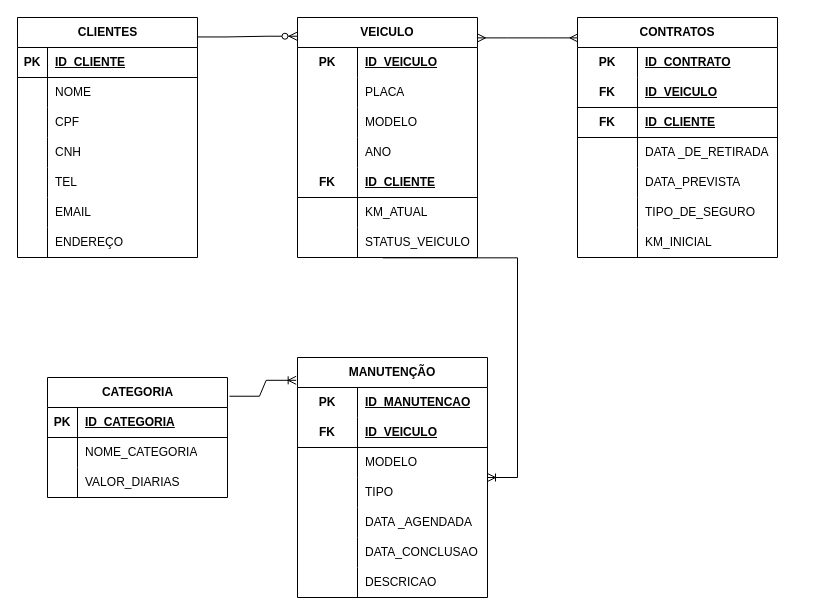
The draw.io diagram ATIVIDADE AVALIATIVA DAVI 27-03.drawio in luizferia345/pwi-luiz.feria2026, before the edit. Source tidied: cells renumbered, new cells numbered last; positions are measured from the earlier drawing's top-left corner, leaving out a move shared by most shapes. Both pictures are drawn from the tidied source at 100%, with x=0, y=0 at pixel (17, 17).
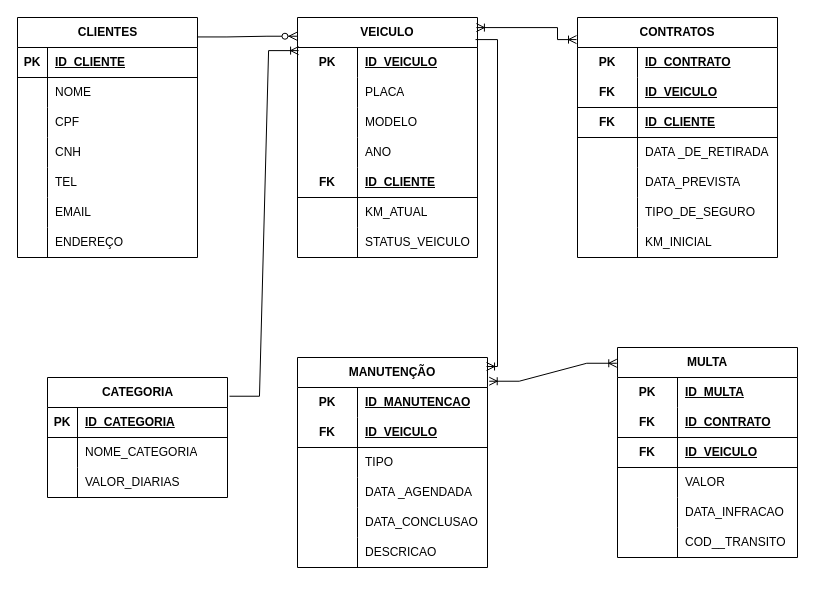
After the change.

Unchanged cells that the change refers to:
```xml
<mxCell id="24" value="VEICULO" style="shape=table;startSize=30;childLayout=tableLayout;rowLines=0;fontStyle=1;align=center;html=1;whiteSpace=wrap;" parent="1" vertex="1">
  <mxGeometry x="280" width="180" height="240" as="geometry" />
</mxCell>
<mxCell id="43" style="shape=tableRow;horizontal=0;startSize=0;swimlaneHead=0;swimlaneBody=0;fillColor=none;points=[[0,0.5],[1,0.5]];portConstraint=eastwest;top=0;left=0;right=0;bottom=0;html=1;" parent="24" vertex="1">
  <mxGeometry y="210" width="180" height="30" as="geometry" />
</mxCell>
<mxCell id="47" value="CONTRATOS" style="shape=table;startSize=30;childLayout=tableLayout;rowLines=0;fontStyle=1;align=center;html=1;whiteSpace=wrap;" parent="1" vertex="1">
  <mxGeometry x="560" width="200" height="240" as="geometry" />
</mxCell>
<mxCell id="93" value="CATEGORIA" style="shape=table;startSize=30;childLayout=tableLayout;rowLines=0;fontStyle=1;align=center;html=1;" parent="1" vertex="1">
  <mxGeometry x="30" y="360" width="180" height="120" as="geometry" />
</mxCell>
```

Change to the diagram source:
```diff
@@
-    <mxCell id="69" style="edgeStyle=entityRelationEdgeStyle;fontSize=12;html=1;endArrow=ERmany;startArrow=ERmany;rounded=0;entryX=0.002;entryY=0.085;entryDx=0;entryDy=0;entryPerimeter=0;exitX=1;exitY=0.085;exitDx=0;exitDy=0;exitPerimeter=0;" parent="1" edge="1" source="24" target="47">
-      <mxGeometry relative="1" as="geometry" />
-    </mxCell>
     <mxCell id="70" value="MANUTENÇÃO" style="shape=table;startSize=30;childLayout=tableLayout;rowLines=0;fontStyle=1;align=center;html=1;whiteSpace=wrap;" parent="1" vertex="1">
-      <mxGeometry x="280" y="340" width="190" height="240" as="geometry" />
+      <mxGeometry x="280" y="340" width="190" height="210" as="geometry" />
     </mxCell>
@@
-    <mxCell id="77" style="shape=tableRow;horizontal=0;startSize=0;swimlaneHead=0;swimlaneBody=0;fillColor=none;top=0;left=0;right=0;bottom=0;html=1;" parent="70" vertex="1">
-      <mxGeometry y="90" width="190" height="30" as="geometry" />
-    </mxCell>
-    <mxCell id="78" style="shape=partialRectangle;fillColor=none;top=0;left=0;bottom=0;right=0;overflow=hidden;html=1;whiteSpace=wrap;" parent="77" vertex="1">
-      <mxGeometry width="60" height="30" as="geometry" />
-    </mxCell>
-    <mxCell id="79" value="MODELO" style="shape=partialRectangle;fillColor=none;top=0;left=0;bottom=0;right=0;align=left;spacingLeft=6;overflow=hidden;html=1;whiteSpace=wrap;" parent="77" vertex="1">
-      <mxGeometry x="60" width="130" height="30" as="geometry" />
-    </mxCell>
     <mxCell id="80" style="shape=tableRow;horizontal=0;startSize=0;swimlaneHead=0;swimlaneBody=0;fillColor=none;top=0;left=0;right=0;bottom=0;html=1;" parent="70" vertex="1">
-      <mxGeometry y="120" width="190" height="30" as="geometry" />
+      <mxGeometry y="90" width="190" height="30" as="geometry" />
     </mxCell>
@@
     <mxCell id="83" style="shape=tableRow;horizontal=0;startSize=0;swimlaneHead=0;swimlaneBody=0;fillColor=none;top=0;left=0;right=0;bottom=0;html=1;" parent="70" vertex="1">
-      <mxGeometry y="150" width="190" height="30" as="geometry" />
+      <mxGeometry y="120" width="190" height="30" as="geometry" />
     </mxCell>
@@
     <mxCell id="86" style="shape=tableRow;horizontal=0;startSize=0;swimlaneHead=0;swimlaneBody=0;fillColor=none;top=0;left=0;right=0;bottom=0;html=1;" parent="70" vertex="1">
-      <mxGeometry y="180" width="190" height="30" as="geometry" />
+      <mxGeometry y="150" width="190" height="30" as="geometry" />
     </mxCell>
@@
     <mxCell id="89" style="shape=tableRow;horizontal=0;startSize=0;swimlaneHead=0;swimlaneBody=0;fillColor=none;top=0;left=0;right=0;bottom=0;html=1;" parent="70" vertex="1">
-      <mxGeometry y="210" width="190" height="30" as="geometry" />
+      <mxGeometry y="180" width="190" height="30" as="geometry" />
     </mxCell>
@@
-    <mxCell id="92" style="edgeStyle=entityRelationEdgeStyle;fontSize=12;html=1;endArrow=ERoneToMany;rounded=0;exitX=0.474;exitY=1.011;exitDx=0;exitDy=0;exitPerimeter=0;" parent="1" edge="1" source="43" target="70">
-      <mxGeometry relative="1" as="geometry" />
+    <mxCell id="92" style="edgeStyle=orthogonalEdgeStyle;fontSize=12;html=1;endArrow=ERoneToMany;rounded=0;exitX=0.989;exitY=0.092;exitDx=0;exitDy=0;exitPerimeter=0;entryX=0.995;entryY=0.043;entryDx=0;entryDy=0;entryPerimeter=0;" parent="1" edge="1" source="24" target="70">
+      <mxGeometry relative="1" as="geometry">
+        <Array as="points">
+          <mxPoint x="480" y="22" />
+          <mxPoint x="480" y="349" />
+        </Array>
+      </mxGeometry>
     </mxCell>
@@
-    <mxCell id="103" style="edgeStyle=entityRelationEdgeStyle;fontSize=12;html=1;endArrow=ERoneToMany;rounded=0;exitX=1.011;exitY=0.156;exitDx=0;exitDy=0;exitPerimeter=0;entryX=-0.007;entryY=0.095;entryDx=0;entryDy=0;entryPerimeter=0;" parent="1" edge="1" source="93" target="70">
+    <mxCell id="103" style="edgeStyle=entityRelationEdgeStyle;fontSize=12;html=1;endArrow=ERoneToMany;rounded=0;exitX=1.011;exitY=0.156;exitDx=0;exitDy=0;exitPerimeter=0;entryX=0.006;entryY=0.138;entryDx=0;entryDy=0;entryPerimeter=0;" parent="1" edge="1" source="93" target="24">
       <mxGeometry relative="1" as="geometry" />
     </mxCell>
+    <mxCell id="104" value="MULTA" style="shape=table;startSize=30;childLayout=tableLayout;rowLines=0;fontStyle=1;align=center;html=1;whiteSpace=wrap;" parent="1" vertex="1">
+      <mxGeometry x="600" y="330" width="180" height="210" as="geometry" />
+    </mxCell>
+    <mxCell id="105" style="shape=tableRow;horizontal=0;startSize=0;swimlaneHead=0;swimlaneBody=0;fillColor=none;top=0;left=0;right=0;bottom=0;html=1;" parent="104" vertex="1">
+      <mxGeometry y="30" width="180" height="30" as="geometry" />
+    </mxCell>
+    <mxCell id="106" value="PK" style="shape=partialRectangle;fillColor=none;top=0;left=0;bottom=0;right=0;fontStyle=1;overflow=hidden;html=1;whiteSpace=wrap;" parent="105" vertex="1">
+      <mxGeometry width="60" height="30" as="geometry" />
+    </mxCell>
+    <mxCell id="107" value="ID_MULTA" style="shape=partialRectangle;fillColor=none;top=0;left=0;bottom=0;right=0;align=left;spacingLeft=6;fontStyle=5;overflow=hidden;html=1;whiteSpace=wrap;" parent="105" vertex="1">
+      <mxGeometry x="60" width="120" height="30" as="geometry" />
+    </mxCell>
+    <mxCell id="108" style="shape=tableRow;horizontal=0;startSize=0;swimlaneHead=0;swimlaneBody=0;fillColor=none;top=0;left=0;right=0;bottom=1;html=1;" parent="104" vertex="1">
+      <mxGeometry y="60" width="180" height="30" as="geometry" />
+    </mxCell>
+    <mxCell id="109" value="FK" style="shape=partialRectangle;fillColor=none;top=0;left=0;bottom=0;right=0;fontStyle=1;overflow=hidden;html=1;whiteSpace=wrap;" parent="108" vertex="1">
+      <mxGeometry width="60" height="30" as="geometry" />
+    </mxCell>
+    <mxCell id="110" value="ID_CONTRATO" style="shape=partialRectangle;fillColor=none;top=0;left=0;bottom=0;right=0;align=left;spacingLeft=6;fontStyle=5;overflow=hidden;html=1;whiteSpace=wrap;" parent="108" vertex="1">
+      <mxGeometry x="60" width="120" height="30" as="geometry" />
+    </mxCell>
+    <mxCell id="111" style="shape=tableRow;horizontal=0;startSize=0;swimlaneHead=0;swimlaneBody=0;fillColor=none;top=0;left=0;right=0;bottom=1;html=1;" parent="104" vertex="1">
+      <mxGeometry y="90" width="180" height="30" as="geometry" />
+    </mxCell>
+    <mxCell id="112" value="FK" style="shape=partialRectangle;fillColor=none;top=0;left=0;bottom=0;right=0;fontStyle=1;overflow=hidden;html=1;whiteSpace=wrap;" parent="111" vertex="1">
+      <mxGeometry width="60" height="30" as="geometry" />
+    </mxCell>
+    <mxCell id="113" value="ID_VEICULO" style="shape=partialRectangle;fillColor=none;top=0;left=0;bottom=0;right=0;align=left;spacingLeft=6;fontStyle=5;overflow=hidden;html=1;whiteSpace=wrap;" parent="111" vertex="1">
+      <mxGeometry x="60" width="120" height="30" as="geometry" />
+    </mxCell>
+    <mxCell id="114" style="shape=tableRow;horizontal=0;startSize=0;swimlaneHead=0;swimlaneBody=0;fillColor=none;top=0;left=0;right=0;bottom=0;html=1;" parent="104" vertex="1">
+      <mxGeometry y="120" width="180" height="30" as="geometry" />
+    </mxCell>
+    <mxCell id="115" style="shape=partialRectangle;fillColor=none;top=0;left=0;bottom=0;right=0;overflow=hidden;html=1;whiteSpace=wrap;" parent="114" vertex="1">
+      <mxGeometry width="60" height="30" as="geometry" />
+    </mxCell>
+    <mxCell id="116" value="VALOR" style="shape=partialRectangle;fillColor=none;top=0;left=0;bottom=0;right=0;align=left;spacingLeft=6;overflow=hidden;html=1;whiteSpace=wrap;" parent="114" vertex="1">
+      <mxGeometry x="60" width="120" height="30" as="geometry" />
+    </mxCell>
+    <mxCell id="117" style="shape=tableRow;horizontal=0;startSize=0;swimlaneHead=0;swimlaneBody=0;fillColor=none;top=0;left=0;right=0;bottom=0;html=1;" parent="104" vertex="1">
+      <mxGeometry y="150" width="180" height="30" as="geometry" />
+    </mxCell>
+    <mxCell id="118" style="shape=partialRectangle;fillColor=none;top=0;left=0;bottom=0;right=0;overflow=hidden;html=1;whiteSpace=wrap;" parent="117" vertex="1">
+      <mxGeometry width="60" height="30" as="geometry" />
+    </mxCell>
+    <mxCell id="119" value="DATA_INFRACAO" style="shape=partialRectangle;fillColor=none;top=0;left=0;bottom=0;right=0;align=left;spacingLeft=6;overflow=hidden;html=1;whiteSpace=wrap;" parent="117" vertex="1">
+      <mxGeometry x="60" width="120" height="30" as="geometry" />
+    </mxCell>
+    <mxCell id="120" style="shape=tableRow;horizontal=0;startSize=0;swimlaneHead=0;swimlaneBody=0;fillColor=none;top=0;left=0;right=0;bottom=0;html=1;" parent="104" vertex="1">
+      <mxGeometry y="180" width="180" height="30" as="geometry" />
+    </mxCell>
+    <mxCell id="121" style="shape=partialRectangle;fillColor=none;top=0;left=0;bottom=0;right=0;overflow=hidden;html=1;whiteSpace=wrap;" parent="120" vertex="1">
+      <mxGeometry width="60" height="30" as="geometry" />
+    </mxCell>
+    <mxCell id="122" value="COD__TRANSITO" style="shape=partialRectangle;fillColor=none;top=0;left=0;bottom=0;right=0;align=left;spacingLeft=6;overflow=hidden;html=1;whiteSpace=wrap;" parent="120" vertex="1">
+      <mxGeometry x="60" width="120" height="30" as="geometry" />
+    </mxCell>
+    <mxCell id="123" style="edgeStyle=entityRelationEdgeStyle;fontSize=12;html=1;endArrow=ERoneToMany;startArrow=ERoneToMany;rounded=0;entryX=-0.004;entryY=0.075;entryDx=0;entryDy=0;entryPerimeter=0;exitX=1.009;exitY=0.113;exitDx=0;exitDy=0;exitPerimeter=0;" parent="1" edge="1" source="70" target="104">
+      <mxGeometry relative="1" as="geometry" />
+    </mxCell>
+    <mxCell id="69" style="edgeStyle=orthogonalEdgeStyle;fontSize=12;html=1;endArrow=ERoneToMany;startArrow=ERoneToMany;rounded=0;entryX=-0.005;entryY=0.092;entryDx=0;entryDy=0;entryPerimeter=0;exitX=0.994;exitY=0.042;exitDx=0;exitDy=0;exitPerimeter=0;" parent="1" edge="1" source="24" target="47">
+      <mxGeometry relative="1" as="geometry">
+        <Array as="points">
+          <mxPoint x="540" y="10" />
+          <mxPoint x="540" y="22" />
+        </Array>
+      </mxGeometry>
+    </mxCell>
```
